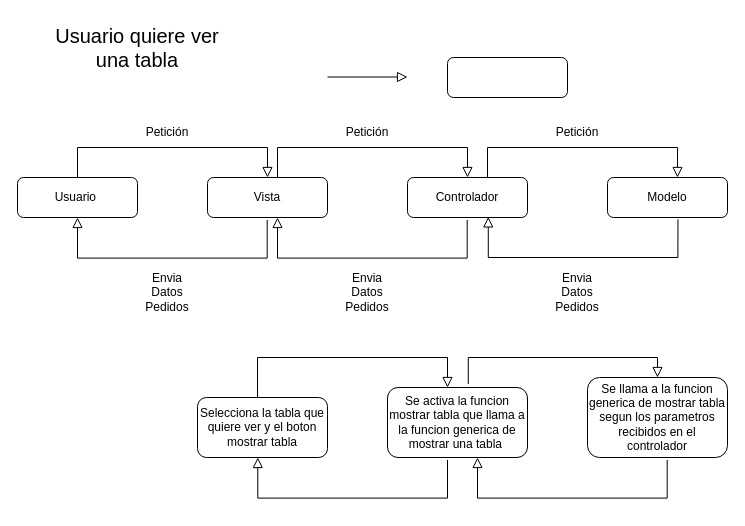
Earlier version of the draw.io diagram FLUJO MVC.drawio (Miranda-98/Psyduck). Source tidied: cells renumbered, new cells numbered last; positions are measured from the earlier drawing's top-left corner, leaving out a move shared by most shapes. Both pictures are drawn from the tidied source at 100%, with x=0, y=0 at pixel (17, 17).
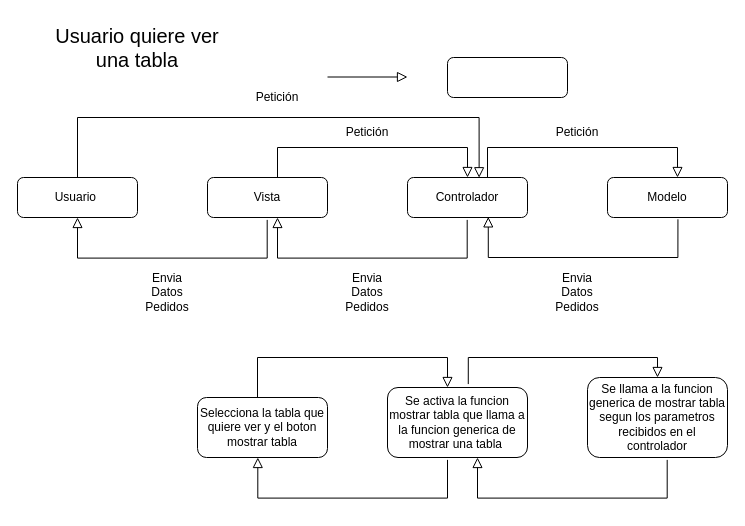
After the change.

The change refers to these unchanged cells:
```xml
<mxCell id="3" value="Usuario&amp;nbsp;" style="rounded=1;whiteSpace=wrap;html=1;fontSize=12;glass=0;strokeWidth=1;shadow=0;" parent="1" vertex="1">
  <mxGeometry y="160" width="120" height="40" as="geometry" />
</mxCell>
<mxCell id="5" value="Controlador" style="rounded=1;whiteSpace=wrap;html=1;fontSize=12;glass=0;strokeWidth=1;shadow=0;" parent="1" vertex="1">
  <mxGeometry x="390" y="160" width="120" height="40" as="geometry" />
</mxCell>
<mxCell id="7" value="Vista" style="rounded=1;whiteSpace=wrap;html=1;fontSize=12;glass=0;strokeWidth=1;shadow=0;" parent="1" vertex="1">
  <mxGeometry x="190" y="160" width="120" height="40" as="geometry" />
</mxCell>
```

What changed in the source:
```diff
@@
-    <mxCell id="9" style="rounded=0;html=1;jettySize=auto;fontSize=11;endArrow=block;endFill=0;endSize=8;strokeWidth=1;shadow=0;labelBackgroundColor=none;edgeStyle=orthogonalEdgeStyle;exitX=0.5;exitY=0;exitDx=0;exitDy=0;" parent="1" edge="1" source="3" target="7">
+    <mxCell id="9" style="rounded=0;html=1;jettySize=auto;fontSize=11;endArrow=block;endFill=0;endSize=8;strokeWidth=1;shadow=0;labelBackgroundColor=none;edgeStyle=orthogonalEdgeStyle;exitX=0.5;exitY=0;exitDx=0;exitDy=0;entryX=0.597;entryY=0.006;entryDx=0;entryDy=0;entryPerimeter=0;" parent="1" edge="1" source="3" target="5">
       <mxGeometry relative="1" as="geometry">
         <Array as="points">
-          <mxPoint x="60" y="130" />
-          <mxPoint x="250" y="130" />
+          <mxPoint x="60" y="100" />
+          <mxPoint x="462" y="100" />
         </Array>
       </mxGeometry>
     </mxCell>
@@
     <mxCell id="15" value="Petición" style="text;html=1;strokeColor=none;fillColor=none;align=center;verticalAlign=middle;whiteSpace=wrap;rounded=0;" parent="1" vertex="1">
-      <mxGeometry x="120" y="100" width="60" height="30" as="geometry" />
+      <mxGeometry x="230" y="65" width="60" height="30" as="geometry" />
     </mxCell>
```
